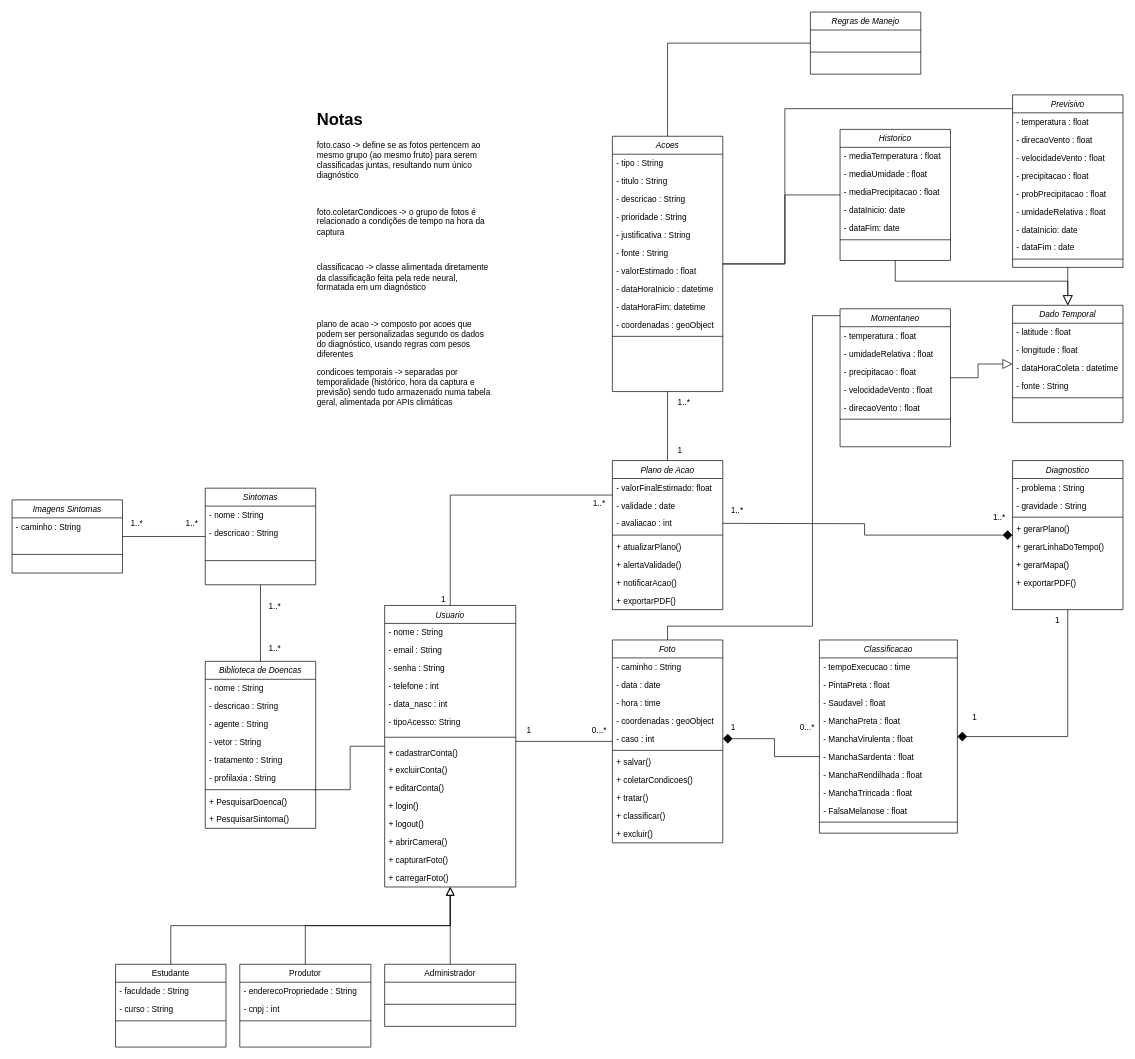
Earlier version of the draw.io diagram uml/classes_blackspot.drawio (guilhermexmada/pi-ponskan). Source tidied: cells renumbered, new cells numbered last; positions are measured from the earlier drawing's top-left corner, leaving out a move shared by most shapes. Both pictures are drawn from the tidied source at 69%, with x=0, y=0 at pixel (12, 12).
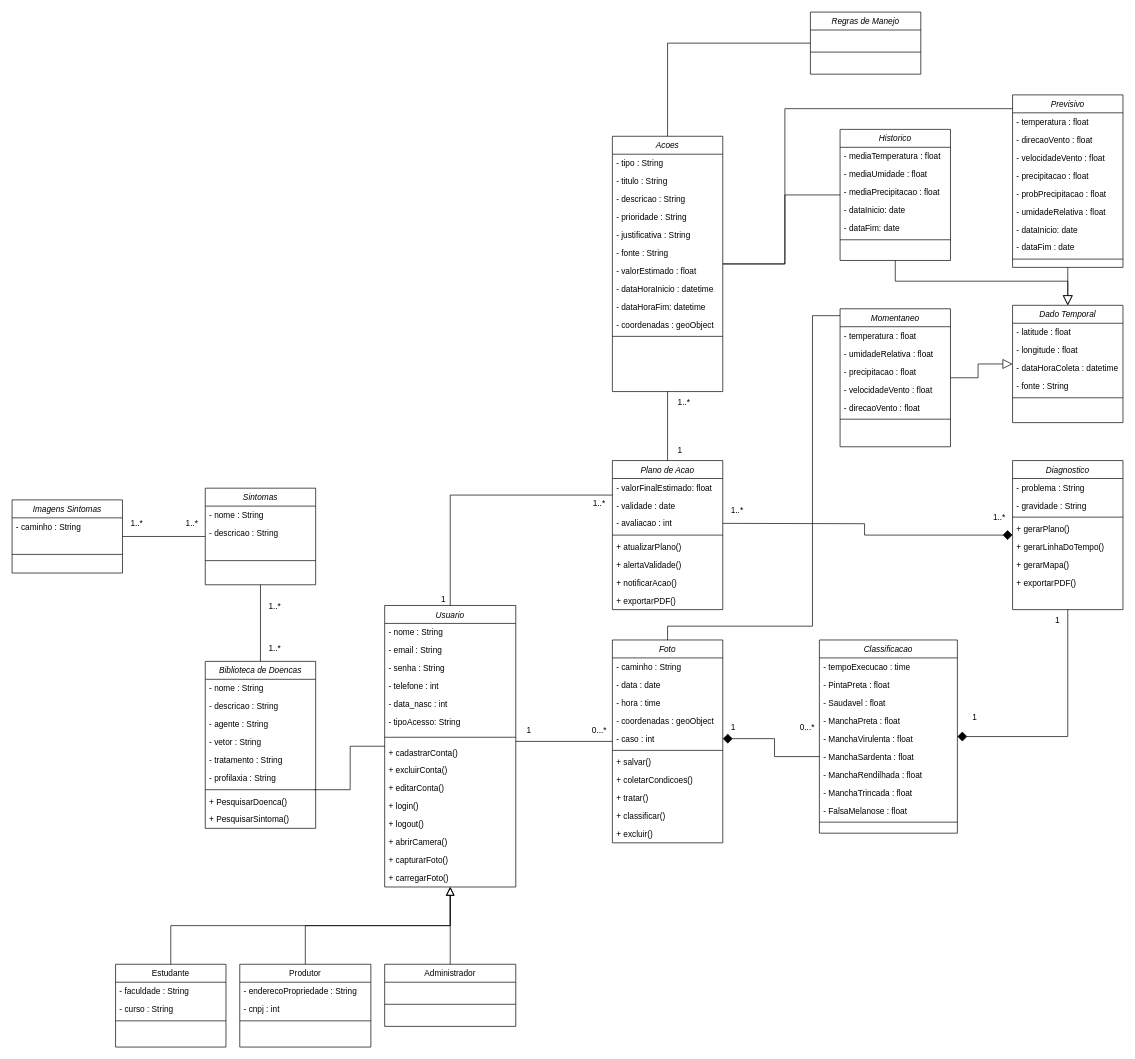
The same page after the edit.

The edit, as a diff of the source:
```diff
@@
-    <mxCell id="137" value="&lt;h1 style=&quot;margin-top: 0px;&quot;&gt;Notas&lt;/h1&gt;&lt;p&gt;foto.caso -&amp;gt; define se as fotos pertencem ao mesmo grupo (ao mesmo fruto) para serem classificadas juntas, resultando num único diagnóstico&lt;/p&gt;&lt;p&gt;&lt;br&gt;&lt;/p&gt;&lt;p&gt;foto.coletarCondicoes -&amp;gt; o grupo de fotos é relacionado a condições de tempo na hora da captura&lt;/p&gt;&lt;p&gt;&lt;br&gt;&lt;/p&gt;&lt;p&gt;classificacao -&amp;gt; classe alimentada diretamente da classificação feita pela rede neural, formatada em um diagnóstico&lt;/p&gt;&lt;p&gt;&lt;br&gt;&lt;/p&gt;&lt;p&gt;plano de acao -&amp;gt; composto por acoes que podem ser personalizadas segundo os dados do diagnóstico, usando regras com pesos diferentes&lt;/p&gt;&lt;p&gt;condicoes temporais -&amp;gt; separadas por temporalidade (histórico, hora da captura e previsão) sendo tudo armazenado numa tabela geral, alimentada por APIs climáticas&lt;/p&gt;" style="text;html=1;whiteSpace=wrap;overflow=hidden;rounded=0;" parent="1" vertex="1">
-      <mxGeometry x="440" y="135" width="260" height="460" as="geometry" />
-    </mxCell>
```
